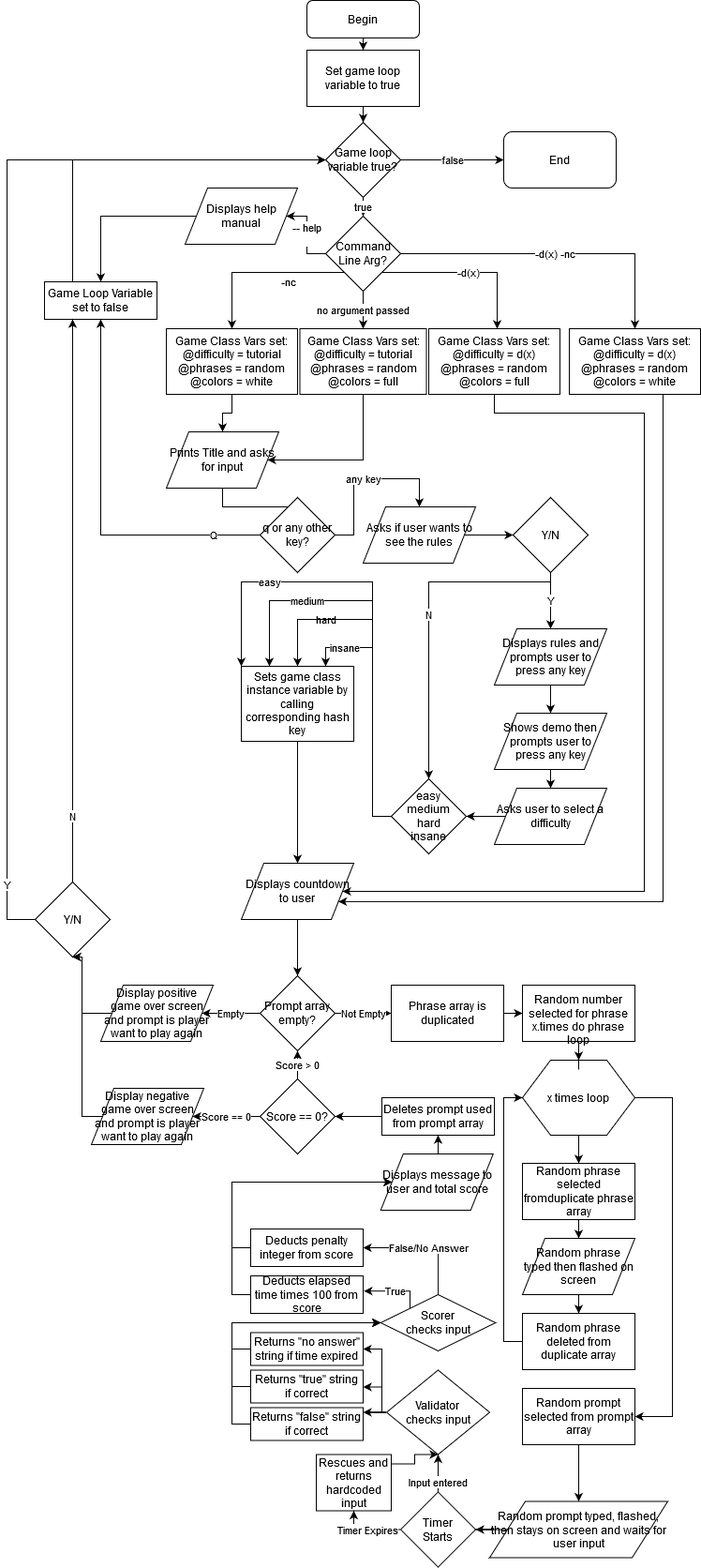
Before: docs/imgs/divebarflowchart.png, a diagram exported from draw.io (nick-ducker/TerminalApp). Source tidied: cells renumbered, new cells last; positions are measured from the earlier drawing's top-left corner, leaving out a move shared by most shapes.
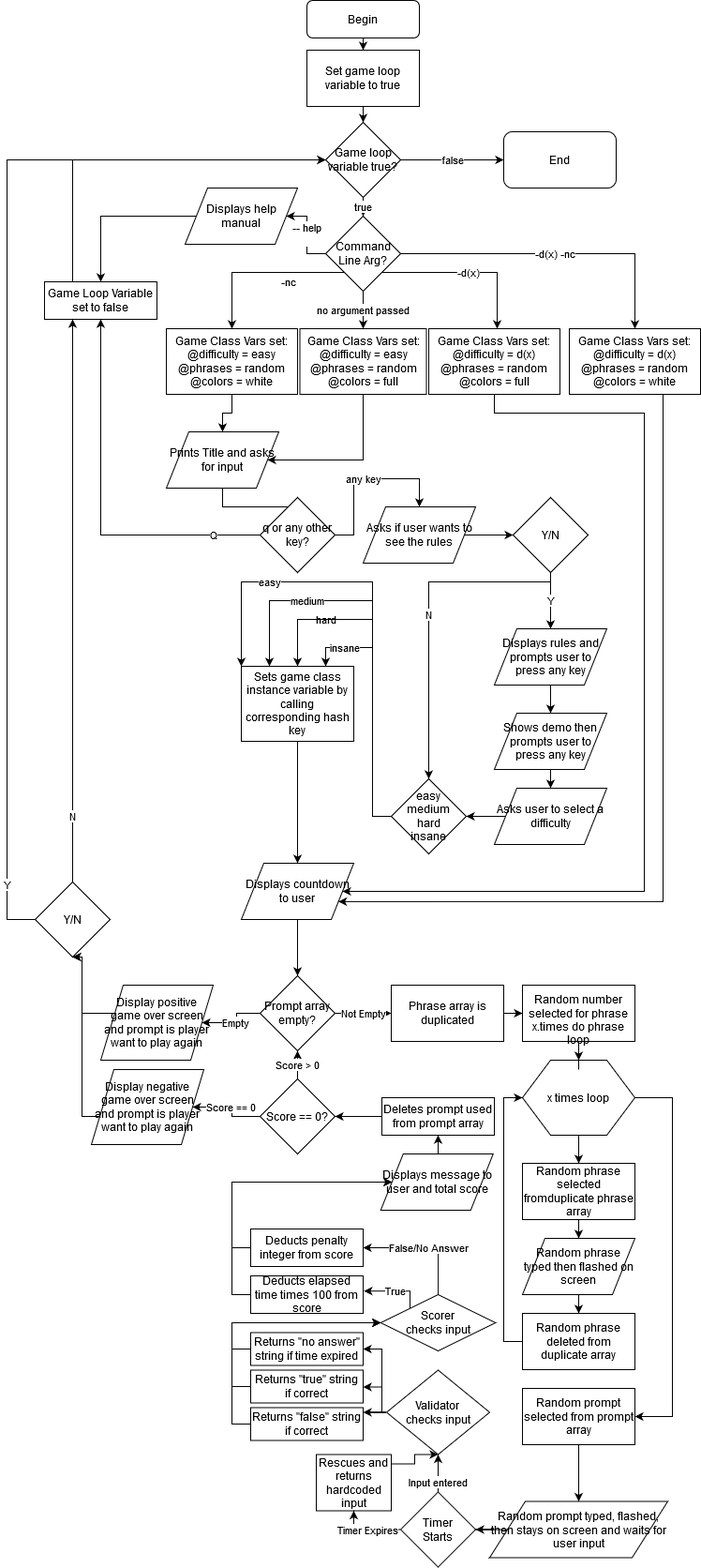
Above is the later version.

The edit, as a diff of the source:
```diff
@@ -175,7 +175,7 @@
         </Array>
       </mxGeometry>
     </mxCell>
-    <mxCell id="46" value="&lt;div&gt;Game Class Vars set:&lt;/div&gt;&lt;div&gt;@difficulty = tutorial&lt;/div&gt;&lt;div&gt;@phrases = random&lt;/div&gt;&lt;div&gt;@colors = full&lt;/div&gt;" style="rounded=0;whiteSpace=wrap;html=1;" parent="1" vertex="1">
+    <mxCell id="46" value="&lt;div&gt;Game Class Vars set:&lt;/div&gt;&lt;div&gt;@difficulty = easy&lt;/div&gt;&lt;div&gt;@phrases = random&lt;/div&gt;&lt;div&gt;@colors = full&lt;/div&gt;" style="rounded=0;whiteSpace=wrap;html=1;" parent="1" vertex="1">
       <mxGeometry x="312.5" y="350" width="135" height="70" as="geometry" />
     </mxCell>
     <mxCell id="47" value="&lt;div&gt;no argument passed&lt;br&gt;&lt;/div&gt;" style="edgeStyle=orthogonalEdgeStyle;rounded=0;jettySize=auto;html=1;" parent="1" edge="1" source="8" target="46">
@@ -184,7 +184,7 @@
     <mxCell id="48" style="edgeStyle=orthogonalEdgeStyle;rounded=0;jettySize=auto;html=1;" parent="1" edge="1" source="49" target="10">
       <mxGeometry relative="1" as="geometry" />
     </mxCell>
-    <mxCell id="49" value="&lt;div&gt;Game Class Vars set:&lt;/div&gt;&lt;div&gt;@difficulty = tutorial&lt;/div&gt;&lt;div&gt;@phrases = random&lt;/div&gt;&lt;div&gt;@colors = white&lt;/div&gt;" style="rounded=0;whiteSpace=wrap;html=1;" parent="1" vertex="1">
+    <mxCell id="49" value="&lt;div&gt;Game Class Vars set:&lt;/div&gt;&lt;div&gt;@difficulty = easy&lt;/div&gt;&lt;div&gt;@phrases = random&lt;/div&gt;&lt;div&gt;@colors = white&lt;/div&gt;" style="rounded=0;whiteSpace=wrap;html=1;" parent="1" vertex="1">
       <mxGeometry x="170" y="350" width="140" height="70" as="geometry" />
     </mxCell>
     <mxCell id="50" style="edgeStyle=orthogonalEdgeStyle;rounded=0;jettySize=auto;html=1;entryX=1;entryY=0.75;entryDx=0;entryDy=0;" parent="1" edge="1" source="51" target="33">
@@ -432,7 +432,7 @@
       </mxGeometry>
     </mxCell>
     <mxCell id="103" value="&lt;div&gt;Display negative&lt;/div&gt;&lt;div&gt;game over screen and prompt is player want to play again&lt;br&gt;&lt;/div&gt;" style="shape=parallelogram;perimeter=parallelogramPerimeter;whiteSpace=wrap;html=1;" parent="1" vertex="1">
-      <mxGeometry x="90" y="1160" width="120" height="60" as="geometry" />
+      <mxGeometry x="90" y="1140" width="120" height="80" as="geometry" />
     </mxCell>
     <mxCell id="104" style="edgeStyle=orthogonalEdgeStyle;rounded=0;jettySize=auto;html=1;entryX=0.5;entryY=1;entryDx=0;entryDy=0;" parent="1" edge="1" source="105" target="108">
       <mxGeometry relative="1" as="geometry">
@@ -442,7 +442,7 @@
       </mxGeometry>
     </mxCell>
     <mxCell id="105" value="&lt;div&gt;Display positive&lt;/div&gt;&lt;div&gt;game over screen and prompt is player want to play again&lt;br&gt;&lt;/div&gt;" style="shape=parallelogram;perimeter=parallelogramPerimeter;whiteSpace=wrap;html=1;" parent="1" vertex="1">
-      <mxGeometry x="100" y="1050" width="120" height="60" as="geometry" />
+      <mxGeometry x="100" y="1050" width="120" height="80" as="geometry" />
     </mxCell>
     <mxCell id="106" value="N" style="edgeStyle=orthogonalEdgeStyle;rounded=0;jettySize=auto;html=1;entryX=0.25;entryY=1;entryDx=0;entryDy=0;" parent="1" edge="1" source="108" target="57">
       <mxGeometry x="-0.77" relative="1" as="geometry" />
```
